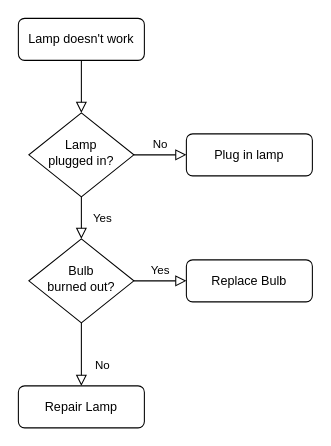
josecho/graficos keeps this draw.io diagram as Untitled Diagram.drawio. Above is the earlier version. Source tidied: cells renumbered, new cells numbered last; positions are measured from the earlier drawing's top-left corner, leaving out a move shared by most shapes. Both pictures are drawn from the tidied source at 105%, with x=0, y=0 at pixel (18, 18).
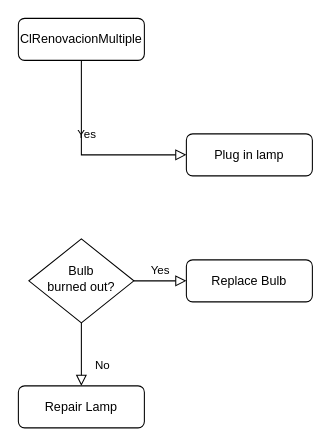
The same page after the edit.

What changed in the source:
```diff
@@
 <mxGraphModel>
   <root>
     <mxCell id="0" />
     <mxCell id="1" parent="0" />
-    <mxCell id="2" style="rounded=0;html=1;jettySize=auto;fontSize=11;endArrow=block;endFill=0;endSize=8;strokeWidth=1;shadow=0;labelBackgroundColor=none;edgeStyle=orthogonalEdgeStyle;" parent="1" edge="1" source="3" target="6">
-      <mxGeometry relative="1" as="geometry" />
-    </mxCell>
-    <mxCell id="3" value="Lamp doesn't work" style="rounded=1;whiteSpace=wrap;html=1;fontSize=12;glass=0;strokeWidth=1;shadow=0;" parent="1" vertex="1">
+    <mxCell id="3" value="ClRenovacionMultiple" style="rounded=1;whiteSpace=wrap;html=1;fontSize=12;glass=0;strokeWidth=1;shadow=0;" parent="1" vertex="1">
       <mxGeometry width="120" height="40" as="geometry" />
     </mxCell>
-    <mxCell id="4" value="Yes" style="rounded=0;html=1;jettySize=auto;fontSize=11;endArrow=block;endFill=0;endSize=8;strokeWidth=1;shadow=0;labelBackgroundColor=none;edgeStyle=orthogonalEdgeStyle;" parent="1" edge="1" source="6" target="10">
+    <mxCell id="4" value="Yes" style="rounded=0;html=1;jettySize=auto;fontSize=11;endArrow=block;endFill=0;endSize=8;strokeWidth=1;shadow=0;labelBackgroundColor=none;edgeStyle=orthogonalEdgeStyle;exitX=0.5;exitY=1;exitDx=0;exitDy=0;entryX=0;entryY=0.5;entryDx=0;entryDy=0;" parent="1" edge="1" source="3" target="7">
       <mxGeometry y="20" relative="1" as="geometry" />
     </mxCell>
-    <mxCell id="5" value="No" style="edgeStyle=orthogonalEdgeStyle;rounded=0;html=1;jettySize=auto;fontSize=11;endArrow=block;endFill=0;endSize=8;strokeWidth=1;shadow=0;labelBackgroundColor=none;" parent="1" edge="1" source="6" target="7">
-      <mxGeometry y="10" relative="1" as="geometry" />
-    </mxCell>
-    <mxCell id="6" value="Lamp&lt;br&gt;plugged in?" style="rhombus;whiteSpace=wrap;html=1;shadow=0;fontFamily=Helvetica;fontSize=12;align=center;strokeWidth=1;spacing=6;spacingTop=-4;" parent="1" vertex="1">
-      <mxGeometry x="10" y="90" width="100" height="80" as="geometry" />
-    </mxCell>
     <mxCell id="7" value="Plug in lamp" style="rounded=1;whiteSpace=wrap;html=1;fontSize=12;glass=0;strokeWidth=1;shadow=0;" parent="1" vertex="1">
       <mxGeometry x="160" y="110" width="120" height="40" as="geometry" />
     </mxCell>
     <mxCell id="8" value="No" style="rounded=0;html=1;jettySize=auto;fontSize=11;endArrow=block;endFill=0;endSize=8;strokeWidth=1;shadow=0;labelBackgroundColor=none;edgeStyle=orthogonalEdgeStyle;" parent="1" edge="1" source="10" target="11">
       <mxGeometry x="0.33" y="20" relative="1" as="geometry" />
     </mxCell>
     <mxCell id="9" value="Yes" style="edgeStyle=orthogonalEdgeStyle;rounded=0;html=1;jettySize=auto;fontSize=11;endArrow=block;endFill=0;endSize=8;strokeWidth=1;shadow=0;labelBackgroundColor=none;" parent="1" edge="1" source="10" target="12">
       <mxGeometry y="10" relative="1" as="geometry" />
     </mxCell>
     <mxCell id="10" value="Bulb&lt;br&gt;burned out?" style="rhombus;whiteSpace=wrap;html=1;shadow=0;fontFamily=Helvetica;fontSize=12;align=center;strokeWidth=1;spacing=6;spacingTop=-4;" parent="1" vertex="1">
       <mxGeometry x="10" y="210" width="100" height="80" as="geometry" />
     </mxCell>
     <mxCell id="11" value="Repair Lamp" style="rounded=1;whiteSpace=wrap;html=1;fontSize=12;glass=0;strokeWidth=1;shadow=0;" parent="1" vertex="1">
       <mxGeometry y="350" width="120" height="40" as="geometry" />
     </mxCell>
     <mxCell id="12" value="Replace Bulb" style="rounded=1;whiteSpace=wrap;html=1;fontSize=12;glass=0;strokeWidth=1;shadow=0;" parent="1" vertex="1">
       <mxGeometry x="160" y="230" width="120" height="40" as="geometry" />
     </mxCell>
   </root>
 </mxGraphModel>
```
